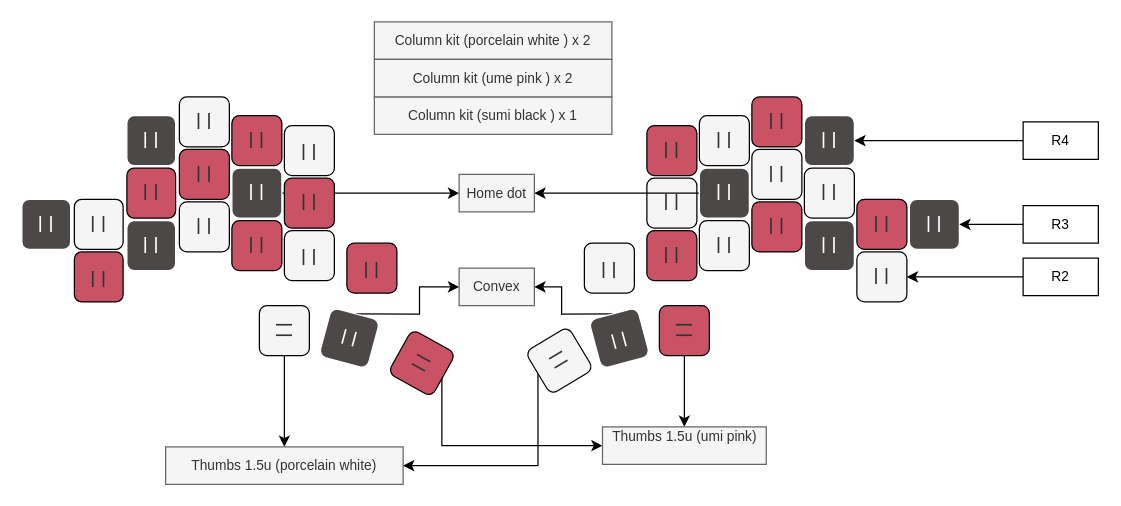
JeremyBois/Ptechinos keeps this draw.io diagram as page "Asymplex" (2 of 3) of data/Ptechinos.drawio. Above is the earlier version. Source tidied: cells renumbered, new cells numbered last; positions are measured from the earlier drawing's top-left corner, leaving out a move shared by most shapes. Both pictures are drawn from the tidied source at 125%, with x=0, y=0 at pixel (21, 21).
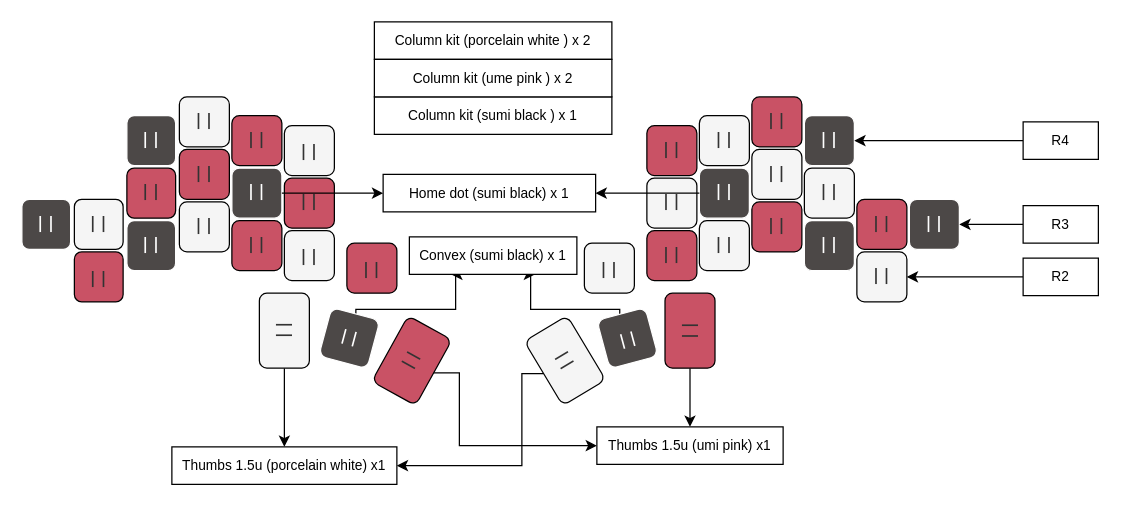
The same page after the edit.

Unchanged cells that the change refers to:
```xml
<mxCell id="13" value="&lt;p style=&quot;line-height: 0.9;&quot;&gt;| |&lt;/p&gt;" style="whiteSpace=wrap;html=1;rotation=15;fontSize=12;fontFamily=Verdana;fontStyle=1;fillColor=#4C4847;strokeColor=#FFFFFF;rounded=1;fontColor=#FFFFFF;verticalAlign=top;shadow=0;spacingTop=-5;" parent="1" vertex="1">
  <mxGeometry x="242" y="233" width="40" height="40" as="geometry" />
</mxCell>
<mxCell id="19" value="&lt;p style=&quot;line-height: 0.9;&quot;&gt;| |&lt;/p&gt;" style="whiteSpace=wrap;html=1;fontSize=12;fontFamily=Verdana;fontStyle=1;fillColor=#4C4847;rounded=1;strokeColor=#FFFFFF;fontColor=#FFFFFF;shadow=0;verticalAlign=top;spacingTop=-5;" parent="1" vertex="1">
  <mxGeometry x="542" y="117" width="40" height="40" as="geometry" />
</mxCell>
<mxCell id="37" value="&lt;p style=&quot;line-height: 0.9;&quot;&gt;| |&lt;/p&gt;" style="whiteSpace=wrap;html=1;fontSize=12;fontFamily=Verdana;fontStyle=1;fillColor=#4C4847;rounded=1;strokeColor=#FFFFFF;fontColor=#FFFFFF;shadow=0;verticalAlign=top;spacingTop=-5;" parent="1" vertex="1">
  <mxGeometry x="168" y="117" width="40" height="40" as="geometry" />
</mxCell>
```

What changed in the source:
```diff
@@
-    <mxCell id="12" style="edgeStyle=orthogonalEdgeStyle;rounded=0;jettySize=auto;html=1;exitX=0.5;exitY=0;exitDx=0;exitDy=0;entryX=0;entryY=0.5;entryDx=0;entryDy=0;fontSize=11;fontColor=#FFFFFF;" parent="1" edge="1" source="13" target="49">
-      <mxGeometry relative="1" as="geometry" />
+    <mxCell id="12" style="edgeStyle=orthogonalEdgeStyle;rounded=0;jettySize=auto;html=1;exitX=0.5;exitY=0;exitDx=0;exitDy=0;entryX=0.25;entryY=1;entryDx=0;entryDy=0;fontSize=11;fontColor=#FFFFFF;" parent="1" edge="1" source="13" target="49">
+      <mxGeometry relative="1" as="geometry">
+        <Array as="points">
+          <mxPoint x="267" y="230" />
+          <mxPoint x="347" y="230" />
+        </Array>
+      </mxGeometry>
     </mxCell>
@@
-    <mxCell id="18" style="edgeStyle=orthogonalEdgeStyle;rounded=0;jettySize=auto;html=1;exitX=0;exitY=0.5;exitDx=0;exitDy=0;entryX=1;entryY=0.5;entryDx=0;entryDy=0;fontSize=11;fontColor=#FFFFFF;" parent="1" edge="1" source="19" target="50">
-      <mxGeometry relative="1" as="geometry" />
-    </mxCell>
@@
     <mxCell id="24" style="edgeStyle=orthogonalEdgeStyle;rounded=0;jettySize=auto;html=1;exitX=0.5;exitY=1;exitDx=0;exitDy=0;entryX=1;entryY=0.5;entryDx=0;entryDy=0;fontSize=11;fontColor=#FFFFFF;" parent="1" edge="1" source="25" target="48">
       <mxGeometry relative="1" as="geometry">
         <Array as="points">
-          <mxPoint x="413.2" y="355" />
+          <mxPoint x="400" y="281" />
+          <mxPoint x="400" y="355" />
         </Array>
       </mxGeometry>
     </mxCell>
     <mxCell id="25" value="&lt;p style=&quot;line-height: 0.9;&quot;&gt;| |&lt;/p&gt;" style="whiteSpace=wrap;html=1;rotation=59;fontSize=12;fontFamily=Verdana;fontStyle=1;rounded=1;shadow=0;verticalAlign=top;spacingTop=-5;strokeColor=default;fillColor=#f5f5f5;fontColor=#333333;" parent="1" vertex="1">
-      <mxGeometry x="410" y="251" width="40" height="40" as="geometry" />
+      <mxGeometry x="404.5" y="251" width="60" height="40" as="geometry" />
     </mxCell>
-    <mxCell id="26" style="edgeStyle=orthogonalEdgeStyle;rounded=0;jettySize=auto;html=1;exitX=0.5;exitY=0;exitDx=0;exitDy=0;entryX=1;entryY=0.5;entryDx=0;entryDy=0;fontSize=11;fontColor=#FFFFFF;" parent="1" edge="1" source="27" target="49">
-      <mxGeometry relative="1" as="geometry" />
+    <mxCell id="26" style="edgeStyle=orthogonalEdgeStyle;rounded=0;jettySize=auto;html=1;exitX=0.5;exitY=0;exitDx=0;exitDy=0;entryX=0.75;entryY=1;entryDx=0;entryDy=0;fontSize=11;fontColor=#FFFFFF;" parent="1" edge="1" target="49">
+      <mxGeometry relative="1" as="geometry">
+        <mxPoint x="478.3" y="233.7" as="sourcePoint" />
+        <Array as="points">
+          <mxPoint x="478" y="230" />
+          <mxPoint x="407" y="230" />
+        </Array>
+      </mxGeometry>
     </mxCell>
     <mxCell id="27" value="&lt;p style=&quot;line-height: 0.9;&quot;&gt;&lt;/p&gt;&lt;div&gt;| |&lt;/div&gt;" style="whiteSpace=wrap;html=1;rotation=-15;fontSize=12;fontFamily=Verdana;fontStyle=1;fillColor=#4C4847;strokeColor=#FFFFFF;rounded=1;fontColor=#FFFFFF;shadow=0;verticalAlign=top;spacingTop=-5;" parent="1" vertex="1">
-      <mxGeometry x="458" y="233" width="40" height="40" as="geometry" />
+      <mxGeometry x="464.5" y="233" width="40" height="40" as="geometry" />
     </mxCell>
@@
     <mxCell id="29" value="&lt;p style=&quot;line-height: 0.9;&quot;&gt;| |&lt;/p&gt;" style="whiteSpace=wrap;html=1;rounded=1;shadow=0;glass=0;sketch=0;fontFamily=Verdana;fontSize=12;fillColor=#C95265;strokeColor=default;fontColor=#333333;verticalAlign=top;fontStyle=1;spacingTop=-5;rotation=90;" parent="1" vertex="1">
-      <mxGeometry x="510" y="227" width="40" height="40" as="geometry" />
+      <mxGeometry x="504.5" y="227" width="60" height="40" as="geometry" />
     </mxCell>
@@
-    <mxCell id="31" value="&lt;p style=&quot;line-height: 0.9;&quot;&gt;| |&lt;/p&gt;&lt;p&gt;&lt;/p&gt;" style="whiteSpace=wrap;html=1;rotation=90;fontSize=12;fontFamily=Verdana;fontStyle=1;rounded=1;shadow=0;verticalAlign=top;spacingTop=-5;strokeColor=default;fillColor=#f5f5f5;fontColor=#333333;direction=south;" parent="1" vertex="1">
-      <mxGeometry x="190" y="227" width="40" height="40" as="geometry" />
+    <mxCell id="31" value="&lt;p style=&quot;line-height: 0.9;&quot;&gt;| |&lt;/p&gt;&lt;p&gt;&lt;/p&gt;" style="whiteSpace=wrap;html=1;rotation=90;fontSize=12;fontFamily=Verdana;fontStyle=1;rounded=1;shadow=0;verticalAlign=top;spacingTop=-5;strokeColor=default;fillColor=#f5f5f5;fontColor=#333333;direction=south;imageAspect=1;imageHeight=32;" parent="1" vertex="1">
+      <mxGeometry x="180" y="227" width="60" height="40" as="geometry" />
     </mxCell>
     <mxCell id="32" style="edgeStyle=orthogonalEdgeStyle;rounded=0;jettySize=auto;html=1;exitX=0.5;exitY=0;exitDx=0;exitDy=0;entryX=0;entryY=0.5;entryDx=0;entryDy=0;fontSize=11;fontColor=#FFFFFF;" parent="1" edge="1" source="33" target="47">
       <mxGeometry relative="1" as="geometry">
         <Array as="points">
-          <mxPoint x="336" y="283" />
-          <mxPoint x="336" y="339" />
+          <mxPoint x="350" y="281" />
+          <mxPoint x="350" y="339" />
         </Array>
       </mxGeometry>
     </mxCell>
     <mxCell id="33" value="&lt;p style=&quot;line-height: 0.9;&quot;&gt;| |&lt;/p&gt;" style="whiteSpace=wrap;html=1;rotation=119;fontSize=12;fontFamily=Verdana;fontStyle=1;rounded=1;shadow=0;verticalAlign=top;spacingTop=-5;strokeColor=default;fillColor=#C95265;fontColor=#333333;" parent="1" vertex="1">
-      <mxGeometry x="300" y="253" width="40" height="40" as="geometry" />
+      <mxGeometry x="282" y="251" width="60" height="40" as="geometry" />
     </mxCell>
@@
-    <mxCell id="36" style="edgeStyle=orthogonalEdgeStyle;rounded=0;jettySize=auto;html=1;exitX=1;exitY=0.5;exitDx=0;exitDy=0;entryX=0;entryY=0.5;entryDx=0;entryDy=0;fontSize=11;fontColor=#FFFFFF;" parent="1" edge="1" source="37" target="50">
-      <mxGeometry relative="1" as="geometry" />
-    </mxCell>
@@
-    <mxCell id="47" value="&lt;div&gt;Thumbs 1.5u (umi pink)&lt;/div&gt;&lt;div&gt;&lt;br&gt;&lt;/div&gt;" style="rounded=0;whiteSpace=wrap;html=1;fontSize=11;fontColor=#333333;strokeColor=#666666;fillColor=#f5f5f5;" parent="1" vertex="1">
-      <mxGeometry x="464.5" y="324" width="131" height="30" as="geometry" />
+    <mxCell id="47" value="&lt;div&gt;Thumbs 1.5u (umi pink) x1&lt;br&gt;&lt;/div&gt;" style="rounded=0;whiteSpace=wrap;html=1;fontSize=11;" parent="1" vertex="1">
+      <mxGeometry x="460" y="324" width="149" height="30" as="geometry" />
     </mxCell>
-    <mxCell id="48" value="&lt;div&gt;Thumbs 1.5u (porcelain white)&lt;/div&gt;" style="rounded=0;whiteSpace=wrap;html=1;fontSize=11;fontColor=#333333;strokeColor=#666666;fillColor=#f5f5f5;" parent="1" vertex="1">
-      <mxGeometry x="115" y="340" width="190" height="30" as="geometry" />
+    <mxCell id="48" value="&lt;div&gt;Thumbs 1.5u (porcelain white) x1&lt;/div&gt;" style="rounded=0;whiteSpace=wrap;html=1;fontSize=11;" parent="1" vertex="1">
+      <mxGeometry x="120" y="340" width="180" height="30" as="geometry" />
     </mxCell>
-    <mxCell id="49" value="Convex" style="rounded=0;whiteSpace=wrap;html=1;fontSize=11;fontColor=#333333;strokeColor=#666666;fillColor=#f5f5f5;" parent="1" vertex="1">
-      <mxGeometry x="349.8" y="197" width="60.2" height="30" as="geometry" />
+    <mxCell id="49" value="Convex (sumi black) x 1" style="rounded=0;whiteSpace=wrap;html=1;fontSize=11;" parent="1" vertex="1">
+      <mxGeometry x="310" y="172" width="134" height="30" as="geometry" />
     </mxCell>
-    <mxCell id="50" value="Home dot" style="rounded=0;whiteSpace=wrap;html=1;fontSize=11;fontColor=#333333;strokeColor=#666666;fillColor=#f5f5f5;" parent="1" vertex="1">
-      <mxGeometry x="349.8" y="122" width="60.2" height="30" as="geometry" />
+    <mxCell id="50" value="Home dot (sumi black) x 1" style="rounded=0;whiteSpace=wrap;html=1;fontSize=11;" parent="1" vertex="1">
+      <mxGeometry x="289" y="122" width="170" height="30" as="geometry" />
     </mxCell>
-    <mxCell id="51" value="Column kit (porcelain white ) x 2" style="rounded=0;whiteSpace=wrap;html=1;fontSize=11;fontColor=#333333;strokeColor=#666666;fillColor=#f5f5f5;" parent="1" vertex="1">
+    <mxCell id="51" value="Column kit (porcelain white ) x 2" style="rounded=0;whiteSpace=wrap;html=1;fontSize=11;" parent="1" vertex="1">
       <mxGeometry x="282" width="190" height="30" as="geometry" />
     </mxCell>
@@
-    <mxCell id="53" value="Column kit (sumi black ) x 1" style="rounded=0;whiteSpace=wrap;html=1;fontSize=11;fontColor=#333333;strokeColor=#666666;fillColor=#f5f5f5;" parent="1" vertex="1">
+    <mxCell id="53" value="Column kit (sumi black ) x 1" style="rounded=0;whiteSpace=wrap;html=1;fontSize=11;" parent="1" vertex="1">
       <mxGeometry x="282" y="60" width="190" height="30" as="geometry" />
     </mxCell>
-    <mxCell id="54" value="Column kit (ume pink ) x 2" style="rounded=0;whiteSpace=wrap;html=1;fontSize=11;fontColor=#333333;strokeColor=#666666;fillColor=#f5f5f5;" parent="1" vertex="1">
+    <mxCell id="54" value="Column kit (ume pink ) x 2" style="rounded=0;whiteSpace=wrap;html=1;fontSize=11;" parent="1" vertex="1">
       <mxGeometry x="282" y="30" width="190" height="30" as="geometry" />
     </mxCell>
@@
+    <mxCell id="36" style="edgeStyle=orthogonalEdgeStyle;rounded=0;jettySize=auto;html=1;exitX=1;exitY=0.5;exitDx=0;exitDy=0;entryX=0;entryY=0.5;entryDx=0;entryDy=0;fontSize=11;fontColor=#FFFFFF;" parent="1" edge="1" source="37" target="50">
+      <mxGeometry relative="1" as="geometry" />
+    </mxCell>
+    <mxCell id="18" style="edgeStyle=orthogonalEdgeStyle;rounded=0;jettySize=auto;html=1;exitX=0;exitY=0.5;exitDx=0;exitDy=0;entryX=1;entryY=0.5;entryDx=0;entryDy=0;fontSize=11;fontColor=#FFFFFF;" parent="1" edge="1" source="19" target="50">
+      <mxGeometry relative="1" as="geometry" />
+    </mxCell>
```
